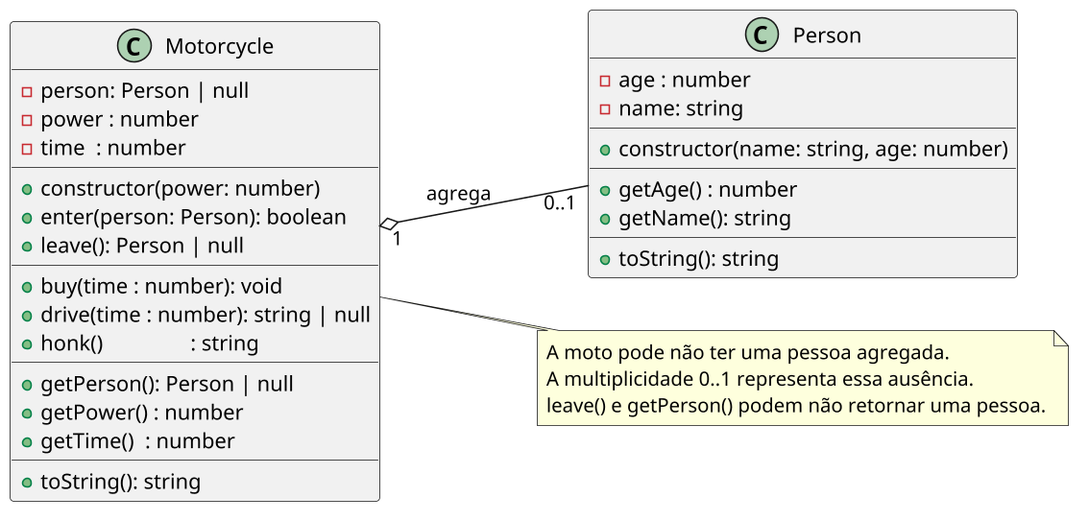
qxcodepoo/arcade keeps this PlantUML diagram as labs/motoca/assets/diagrama.png. Above is the earlier version.
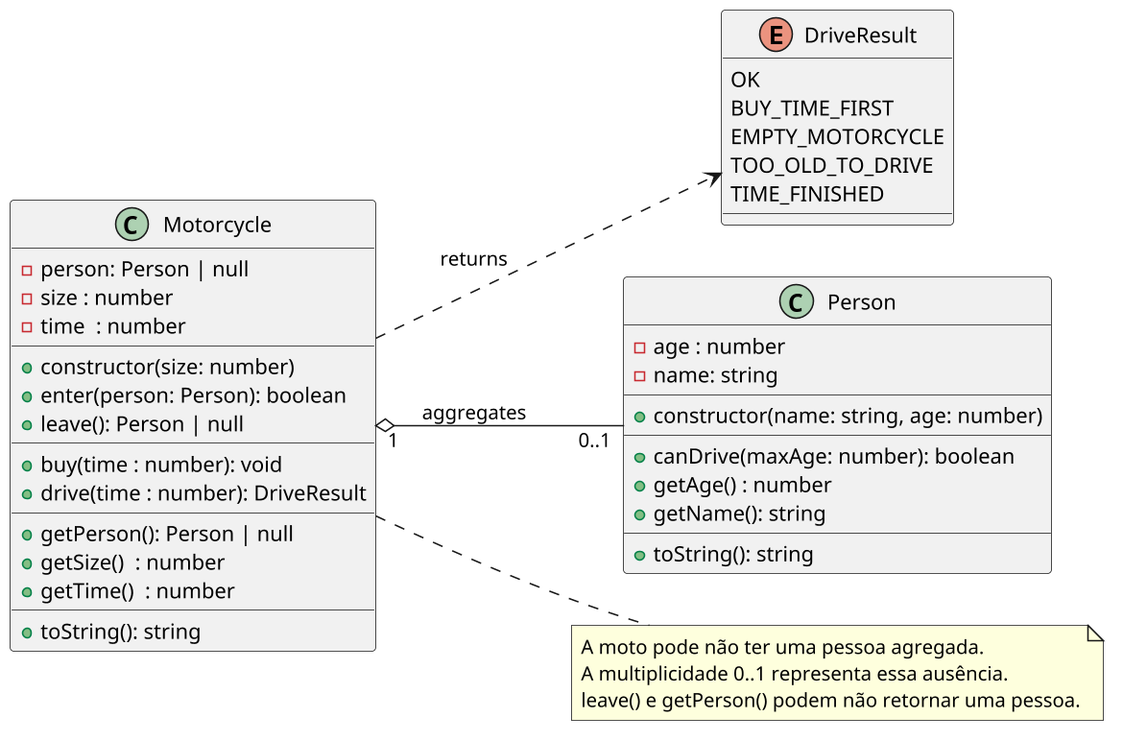
The same diagram one commit later.

Diff of the diagram source:
```diff
@@ -4,21 +4,28 @@
 skinparam dpi 150
 left to right direction
 
+enum DriveResult {
+  OK
+  BUY_TIME_FIRST
+  EMPTY_MOTORCYCLE
+  TOO_OLD_TO_DRIVE
+  TIME_FINISHED
+}
+
 class Motorcycle {
   - person: Person | null
-  - power : number
+  - size : number
   - time  : number
   __
-  + constructor(power: number)
+  + constructor(size: number)
   + enter(person: Person): boolean
   + leave(): Person | null
   __
   + buy(time : number): void
-  + drive(time : number): string | null
-  + honk()                : string
+  + drive(time : number): DriveResult
   __
   + getPerson(): Person | null
-  + getPower() : number
+  + getSize()  : number
   + getTime()  : number
   __
   + toString(): string
@@ -30,13 +37,15 @@
   __
   + constructor(name: string, age: number)
   __
+  + canDrive(maxAge: number): boolean
   + getAge() : number
   + getName(): string
   __
   + toString(): string
 }
 
-Motorcycle "1" o-- "0..1" Person : agrega
+Motorcycle "1" o-- "0..1" Person : aggregates
+Motorcycle ..> DriveResult : returns
 
 note right of Motorcycle
   A moto pode não ter uma pessoa agregada.
```
